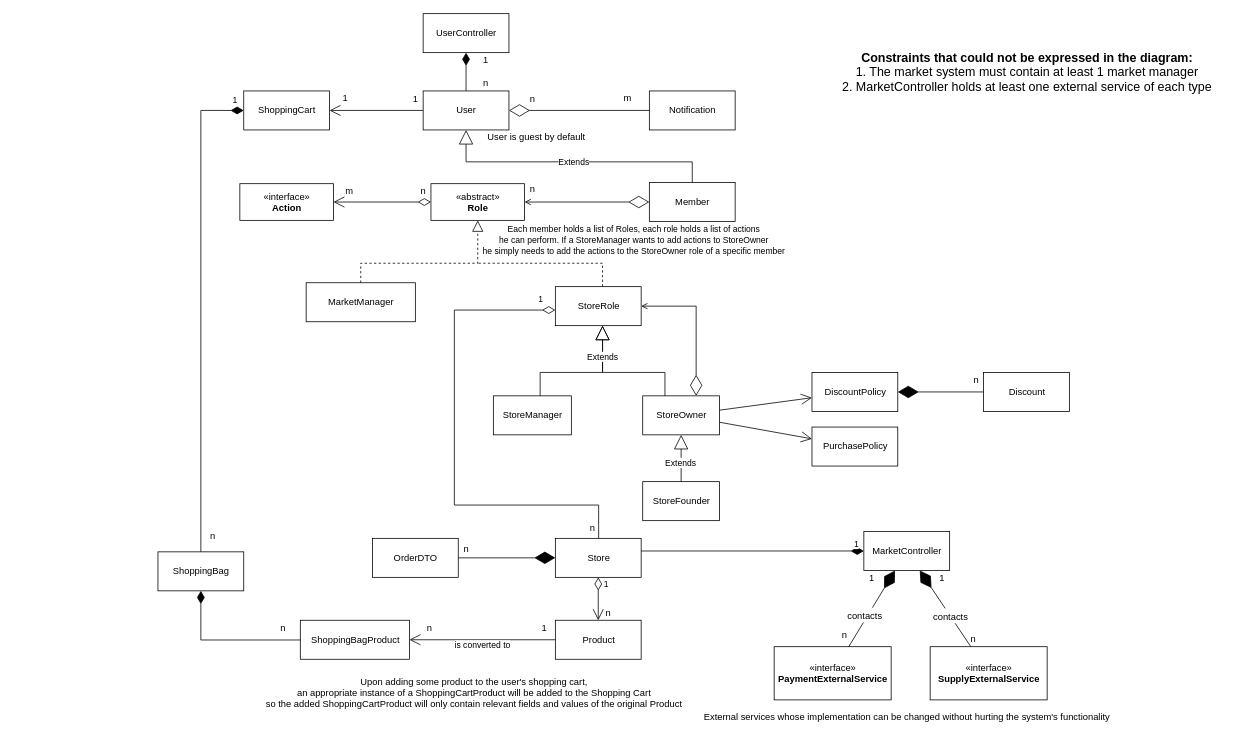
itaitzruia4/Workshop keeps this draw.io diagram as page "White Diagram" (1 of 3) of Workshop.drawio. Above is the earlier version. Source tidied: cells renumbered, new cells numbered last; positions are measured from the earlier drawing's top-left corner, leaving out a move shared by most shapes. Both pictures are drawn from the tidied source at 78%, with x=0, y=0 at pixel (13, 13).
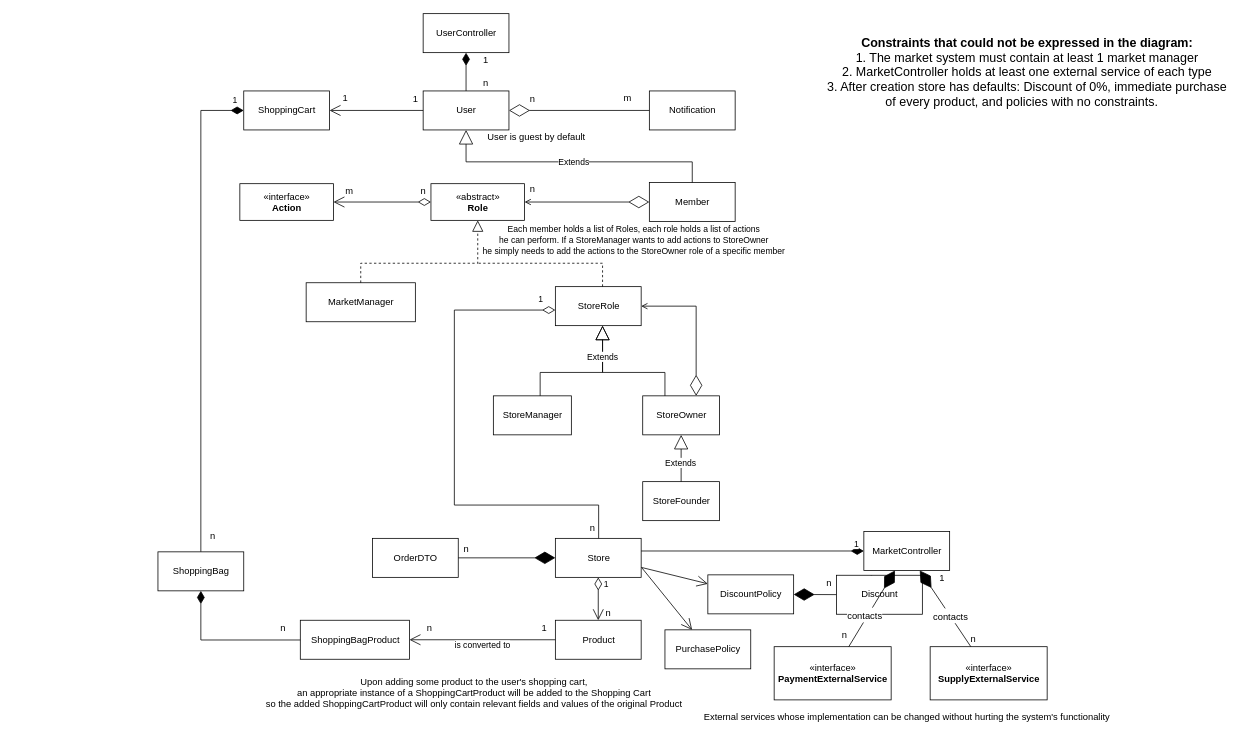
Above is the later version.

Commit message (it also covers changes not shown here):
store defaults

The change refers to these unchanged cells:
```xml
<mxCell id="18" value="StoreOwner" style="html=1;" parent="1" vertex="1">
  <mxGeometry x="806.5" y="490" width="98.5" height="50" as="geometry" />
</mxCell>
```

Change to the diagram source:
```diff
@@
     <mxCell id="44" value="DiscountPolicy" style="html=1;" parent="1" vertex="1">
-      <mxGeometry x="1023.5" y="460" width="110" height="50" as="geometry" />
+      <mxGeometry x="890" y="719.5" width="110" height="50" as="geometry" />
     </mxCell>
     <mxCell id="45" value="PurchasePolicy" style="html=1;" parent="1" vertex="1">
-      <mxGeometry x="1023.5" y="530" width="110" height="50" as="geometry" />
+      <mxGeometry x="835" y="790" width="110" height="50" as="geometry" />
     </mxCell>
-    <mxCell id="46" style="endArrow=open;endFill=1;endSize=12;html=1;rounded=0;" parent="1" edge="1" source="18" target="44">
-      <mxGeometry relative="1" as="geometry" />
+    <mxCell id="46" style="endArrow=open;endFill=1;endSize=12;html=1;rounded=0;" parent="1" edge="1" target="44">
+      <mxGeometry relative="1" as="geometry">
+        <mxPoint x="805" y="710" as="sourcePoint" />
+      </mxGeometry>
     </mxCell>
-    <mxCell id="47" style="endArrow=open;endFill=1;endSize=12;html=1;rounded=0;" parent="1" edge="1" source="18" target="45">
-      <mxGeometry relative="1" as="geometry" />
+    <mxCell id="47" style="endArrow=open;endFill=1;endSize=12;html=1;rounded=0;" parent="1" edge="1" target="45">
+      <mxGeometry relative="1" as="geometry">
+        <mxPoint x="805" y="710" as="sourcePoint" />
+      </mxGeometry>
     </mxCell>
@@
     <mxCell id="49" value="Discount" style="html=1;" parent="1" vertex="1">
-      <mxGeometry x="1243.5" y="460" width="110" height="50" as="geometry" />
+      <mxGeometry x="1055" y="720" width="110" height="50" as="geometry" />
     </mxCell>
     <mxCell id="50" value="n" style="text;html=1;align=center;verticalAlign=middle;strokeColor=none;fillColor=none;" parent="1" vertex="1">
-      <mxGeometry x="1223.5" y="460" width="20" height="20" as="geometry" />
+      <mxGeometry x="1035" y="720" width="20" height="20" as="geometry" />
     </mxCell>
@@
-    <mxCell id="79" value="&lt;font style=&quot;font-size: 16px&quot;&gt;&lt;b&gt;Constraints that could not be expressed in the diagram:&lt;/b&gt;&lt;br&gt;1. The market system must contain at least 1 market manager&lt;br&gt;2. MarketController holds at least one external service of each type&lt;br&gt;&lt;/font&gt;" style="text;html=1;align=center;verticalAlign=middle;strokeColor=none;fillColor=none;" parent="1" vertex="1">
-      <mxGeometry x="1053.5" y="50" width="490" height="50" as="geometry" />
+    <mxCell id="79" value="&lt;font style=&quot;font-size: 16px&quot;&gt;&lt;b&gt;Constraints that could not be expressed in the diagram:&lt;/b&gt;&lt;br&gt;1. The market system must contain at least 1 market manager&lt;br&gt;2. MarketController holds at least one external service of each type&lt;br&gt;3. After creation store has defaults: Discount of 0%, immediate purchase&lt;br&gt;of every product, and policies with no constraints.&amp;nbsp; &amp;nbsp;&lt;br&gt;&lt;/font&gt;" style="text;html=1;align=center;verticalAlign=middle;strokeColor=none;fillColor=none;" parent="1" vertex="1">
+      <mxGeometry x="1033.5" y="35" width="530" height="80" as="geometry" />
     </mxCell>
```
